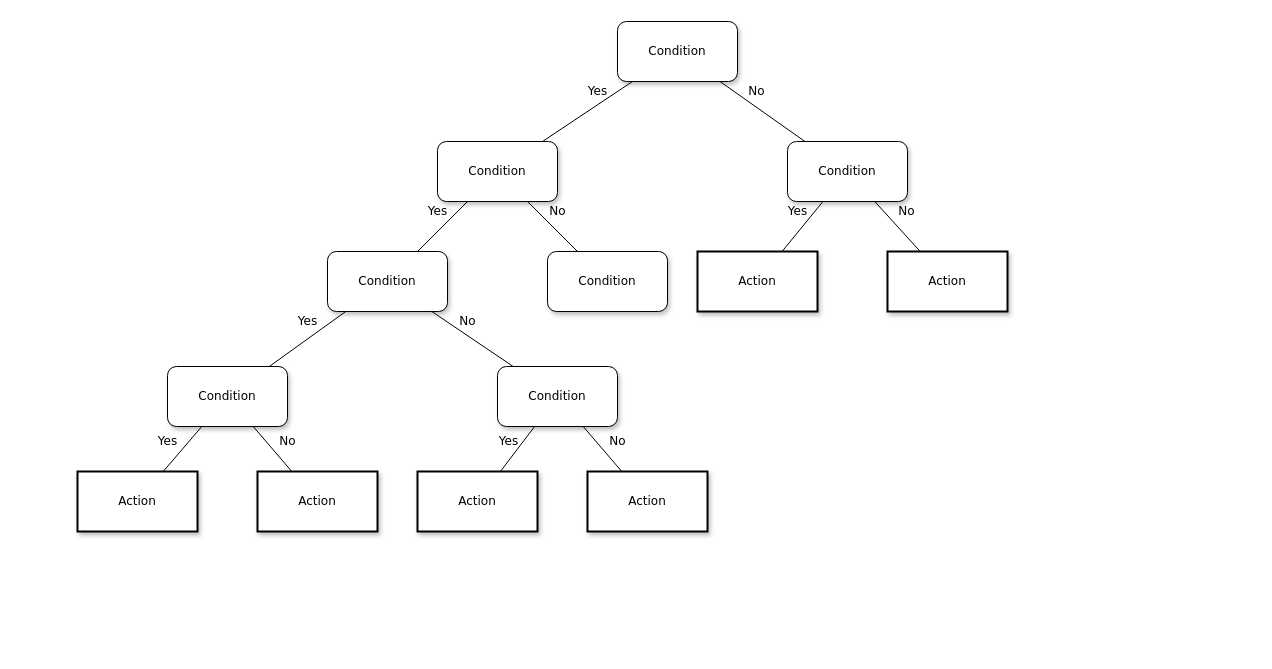
This is Untitled Diagram.drawio from karlvin/Docs, a draw.io file, before an edit. Source tidied: cells renumbered, new cells numbered last; positions are measured from the earlier drawing's top-left corner, leaving out a move shared by most shapes. Both pictures are drawn from the tidied source at 100%, with x=0, y=0 at pixel (77, 21).
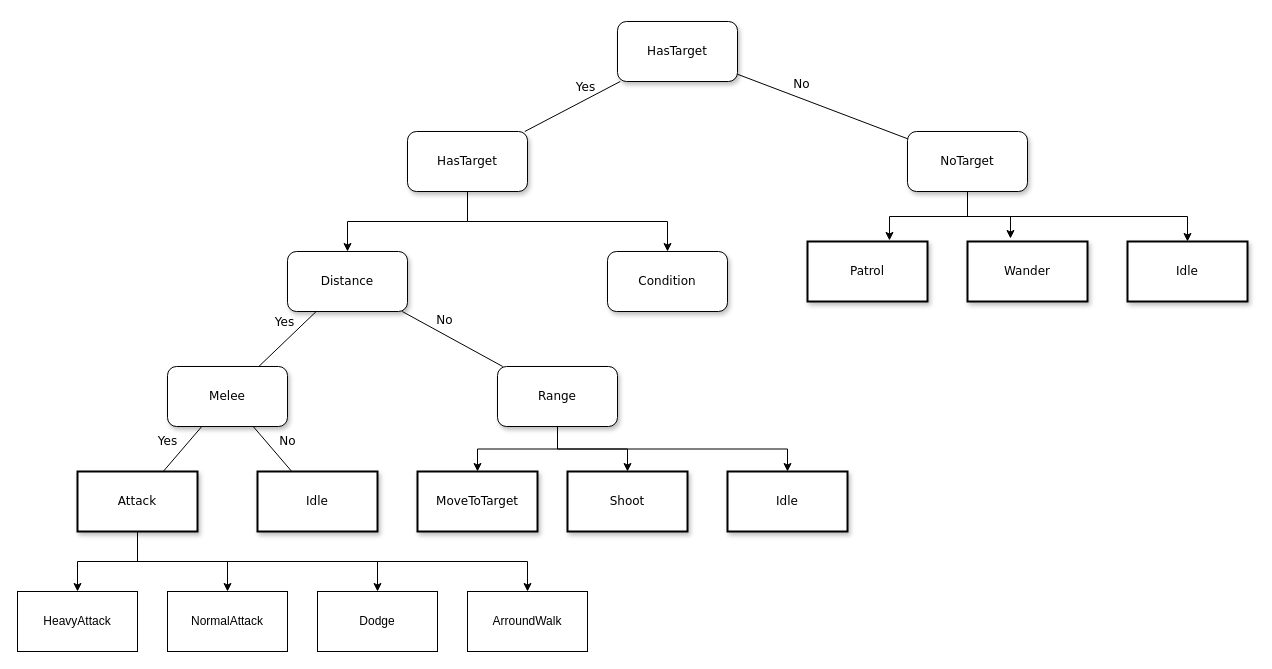
The same page after the edit.

Diff of the diagram source:
```diff
@@
-    <mxCell id="2" value="Condition" style="whiteSpace=wrap;html=1;rounded=1;shadow=1;labelBackgroundColor=none;strokeWidth=1;fontFamily=Verdana;fontSize=12;align=center;" parent="1" vertex="1">
+    <mxCell id="2" value="HasTarget" style="whiteSpace=wrap;html=1;rounded=1;shadow=1;labelBackgroundColor=none;strokeWidth=1;fontFamily=Verdana;fontSize=12;align=center;" parent="1" vertex="1">
       <mxGeometry x="540" width="120" height="60" as="geometry" />
     </mxCell>
+    <mxCell id="13" style="edgeStyle=orthogonalEdgeStyle;rounded=0;jettySize=auto;html=1;exitX=0.5;exitY=1;exitDx=0;exitDy=0;entryX=0.5;entryY=0;entryDx=0;entryDy=0;" parent="1" edge="1" source="3" target="7">
+      <mxGeometry relative="1" as="geometry" />
+    </mxCell>
+    <mxCell id="14" style="edgeStyle=orthogonalEdgeStyle;rounded=0;jettySize=auto;html=1;exitX=0.5;exitY=1;exitDx=0;exitDy=0;entryX=0.5;entryY=0;entryDx=0;entryDy=0;" parent="1" edge="1" source="3" target="8">
+      <mxGeometry relative="1" as="geometry" />
+    </mxCell>
-    <mxCell id="3" value="&lt;span&gt;Condition&lt;/span&gt;" style="whiteSpace=wrap;html=1;rounded=1;shadow=1;labelBackgroundColor=none;strokeWidth=1;fontFamily=Verdana;fontSize=12;align=center;" parent="1" vertex="1">
-      <mxGeometry x="360" y="120" width="120" height="60" as="geometry" />
+    <mxCell id="3" value="&lt;span&gt;HasTarget&lt;/span&gt;" style="whiteSpace=wrap;html=1;rounded=1;shadow=1;labelBackgroundColor=none;strokeWidth=1;fontFamily=Verdana;fontSize=12;align=center;" parent="1" vertex="1">
+      <mxGeometry x="330" y="110" width="120" height="60" as="geometry" />
     </mxCell>
+    <mxCell id="15" style="edgeStyle=orthogonalEdgeStyle;rounded=0;jettySize=auto;html=1;exitX=0.5;exitY=1;exitDx=0;exitDy=0;entryX=0.683;entryY=-0.017;entryDx=0;entryDy=0;entryPerimeter=0;" parent="1" edge="1" source="4" target="9">
+      <mxGeometry relative="1" as="geometry" />
+    </mxCell>
+    <mxCell id="16" style="edgeStyle=orthogonalEdgeStyle;rounded=0;jettySize=auto;html=1;exitX=0.5;exitY=1;exitDx=0;exitDy=0;entryX=0.358;entryY=-0.05;entryDx=0;entryDy=0;entryPerimeter=0;" parent="1" edge="1" source="4" target="10">
+      <mxGeometry relative="1" as="geometry" />
+    </mxCell>
+    <mxCell id="27" style="edgeStyle=orthogonalEdgeStyle;rounded=0;jettySize=auto;html=1;exitX=0.5;exitY=1;exitDx=0;exitDy=0;" parent="1" edge="1" source="4" target="33">
+      <mxGeometry relative="1" as="geometry" />
+    </mxCell>
-    <mxCell id="4" value="&lt;span&gt;Condition&lt;/span&gt;" style="whiteSpace=wrap;html=1;rounded=1;shadow=1;labelBackgroundColor=none;strokeWidth=1;fontFamily=Verdana;fontSize=12;align=center;" parent="1" vertex="1">
-      <mxGeometry x="710" y="120" width="120" height="60" as="geometry" />
+    <mxCell id="4" value="&lt;span&gt;NoTarget&lt;/span&gt;" style="whiteSpace=wrap;html=1;rounded=1;shadow=1;labelBackgroundColor=none;strokeWidth=1;fontFamily=Verdana;fontSize=12;align=center;" parent="1" vertex="1">
+      <mxGeometry x="830" y="110" width="120" height="60" as="geometry" />
     </mxCell>
@@
-    <mxCell id="7" value="&lt;span&gt;Condition&lt;/span&gt;" style="whiteSpace=wrap;html=1;rounded=1;shadow=1;labelBackgroundColor=none;strokeWidth=1;fontFamily=Verdana;fontSize=12;align=center;" parent="1" vertex="1">
-      <mxGeometry x="250" y="230" width="120" height="60" as="geometry" />
+    <mxCell id="7" value="&lt;span&gt;Distance&lt;br&gt;&lt;/span&gt;" style="whiteSpace=wrap;html=1;rounded=1;shadow=1;labelBackgroundColor=none;strokeWidth=1;fontFamily=Verdana;fontSize=12;align=center;" parent="1" vertex="1">
+      <mxGeometry x="210" y="230" width="120" height="60" as="geometry" />
     </mxCell>
     <mxCell id="8" value="&lt;span&gt;Condition&lt;/span&gt;" style="whiteSpace=wrap;html=1;rounded=1;shadow=1;labelBackgroundColor=none;strokeWidth=1;fontFamily=Verdana;fontSize=12;align=center;" parent="1" vertex="1">
-      <mxGeometry x="470" y="230" width="120" height="60" as="geometry" />
+      <mxGeometry x="530" y="230" width="120" height="60" as="geometry" />
     </mxCell>
-    <mxCell id="9" value="&lt;span&gt;Action&lt;/span&gt;" style="whiteSpace=wrap;html=1;rounded=0;shadow=1;labelBackgroundColor=none;strokeWidth=2;fontFamily=Verdana;fontSize=12;align=center;" parent="1" vertex="1">
-      <mxGeometry x="620" y="230" width="120" height="60" as="geometry" />
+    <mxCell id="9" value="&lt;span&gt;Patrol&lt;/span&gt;" style="whiteSpace=wrap;html=1;rounded=0;shadow=1;labelBackgroundColor=none;strokeWidth=2;fontFamily=Verdana;fontSize=12;align=center;" parent="1" vertex="1">
+      <mxGeometry x="730" y="220" width="120" height="60" as="geometry" />
     </mxCell>
-    <mxCell id="10" value="&lt;span&gt;Action&lt;/span&gt;" style="whiteSpace=wrap;html=1;rounded=0;shadow=1;labelBackgroundColor=none;strokeWidth=2;fontFamily=Verdana;fontSize=12;align=center;" parent="1" vertex="1">
-      <mxGeometry x="810" y="230" width="120" height="60" as="geometry" />
+    <mxCell id="10" value="&lt;span&gt;Wander&lt;br&gt;&lt;/span&gt;" style="whiteSpace=wrap;html=1;rounded=0;shadow=1;labelBackgroundColor=none;strokeWidth=2;fontFamily=Verdana;fontSize=12;align=center;" parent="1" vertex="1">
+      <mxGeometry x="890" y="220" width="120" height="60" as="geometry" />
     </mxCell>
-    <mxCell id="11" value="&lt;span&gt;Condition&lt;/span&gt;" style="whiteSpace=wrap;html=1;rounded=1;shadow=1;labelBackgroundColor=none;strokeWidth=1;fontFamily=Verdana;fontSize=12;align=center;" parent="1" vertex="1">
+    <mxCell id="11" value="&lt;span&gt;Melee&lt;/span&gt;" style="whiteSpace=wrap;html=1;rounded=1;shadow=1;labelBackgroundColor=none;strokeWidth=1;fontFamily=Verdana;fontSize=12;align=center;" parent="1" vertex="1">
       <mxGeometry x="90" y="345" width="120" height="60" as="geometry" />
     </mxCell>
+    <mxCell id="25" style="edgeStyle=orthogonalEdgeStyle;rounded=0;jettySize=auto;html=1;exitX=0.5;exitY=1;exitDx=0;exitDy=0;entryX=0.5;entryY=0;entryDx=0;entryDy=0;" parent="1" edge="1" source="12" target="21">
+      <mxGeometry relative="1" as="geometry" />
+    </mxCell>
+    <mxCell id="26" style="edgeStyle=orthogonalEdgeStyle;rounded=0;jettySize=auto;html=1;exitX=0.5;exitY=1;exitDx=0;exitDy=0;entryX=0.5;entryY=0;entryDx=0;entryDy=0;" parent="1" edge="1" source="12" target="22">
+      <mxGeometry relative="1" as="geometry" />
+    </mxCell>
+    <mxCell id="28" style="edgeStyle=orthogonalEdgeStyle;rounded=0;jettySize=auto;html=1;exitX=0.5;exitY=1;exitDx=0;exitDy=0;" parent="1" edge="1" source="12" target="34">
+      <mxGeometry relative="1" as="geometry" />
+    </mxCell>
-    <mxCell id="12" value="&lt;span&gt;Condition&lt;/span&gt;" style="whiteSpace=wrap;html=1;rounded=1;shadow=1;labelBackgroundColor=none;strokeWidth=1;fontFamily=Verdana;fontSize=12;align=center;" parent="1" vertex="1">
+    <mxCell id="12" value="&lt;span&gt;Range&lt;br&gt;&lt;/span&gt;" style="whiteSpace=wrap;html=1;rounded=1;shadow=1;labelBackgroundColor=none;strokeWidth=1;fontFamily=Verdana;fontSize=12;align=center;" parent="1" vertex="1">
       <mxGeometry x="420" y="345" width="120" height="60" as="geometry" />
     </mxCell>
-    <mxCell id="13" value="Yes" style="rounded=0;html=1;labelBackgroundColor=none;startArrow=none;startFill=0;startSize=5;endArrow=none;endFill=0;endSize=5;jettySize=auto;strokeWidth=1;fontFamily=Verdana;fontSize=12;" parent="1" edge="1" source="3" target="7">
-      <mxGeometry x="-0.2" y="-14" relative="1" as="geometry" />
-    </mxCell>
-    <mxCell id="14" value="No" style="rounded=0;html=1;labelBackgroundColor=none;startArrow=none;startFill=0;startSize=5;endArrow=none;endFill=0;endSize=5;jettySize=auto;strokeWidth=1;fontFamily=Verdana;fontSize=12;" parent="1" edge="1" source="3" target="8">
-      <mxGeometry x="-0.2" y="14" relative="1" as="geometry" />
-    </mxCell>
-    <mxCell id="15" value="Yes" style="rounded=0;html=1;labelBackgroundColor=none;startArrow=none;startFill=0;startSize=5;endArrow=none;endFill=0;endSize=5;jettySize=auto;strokeWidth=1;fontFamily=Verdana;fontSize=12;" parent="1" edge="1" source="4" target="9">
-      <mxGeometry x="-0.26" y="-13" relative="1" as="geometry" />
-    </mxCell>
-    <mxCell id="16" value="No" style="rounded=0;html=1;labelBackgroundColor=none;startArrow=none;startFill=0;startSize=5;endArrow=none;endFill=0;endSize=5;jettySize=auto;strokeWidth=1;fontFamily=Verdana;fontSize=12;" parent="1" edge="1" source="4" target="10">
-      <mxGeometry x="-0.13" y="17" relative="1" as="geometry" />
-    </mxCell>
@@
+    <mxCell id="29" style="edgeStyle=orthogonalEdgeStyle;rounded=0;jettySize=auto;html=1;exitX=0.5;exitY=1;exitDx=0;exitDy=0;entryX=0.5;entryY=0;entryDx=0;entryDy=0;" parent="1" edge="1" source="19" target="35">
+      <mxGeometry relative="1" as="geometry" />
+    </mxCell>
+    <mxCell id="30" style="edgeStyle=orthogonalEdgeStyle;rounded=0;jettySize=auto;html=1;exitX=0.5;exitY=1;exitDx=0;exitDy=0;entryX=0.5;entryY=0;entryDx=0;entryDy=0;" parent="1" edge="1" source="19" target="36">
+      <mxGeometry relative="1" as="geometry" />
+    </mxCell>
+    <mxCell id="31" style="edgeStyle=orthogonalEdgeStyle;rounded=0;jettySize=auto;html=1;exitX=0.5;exitY=1;exitDx=0;exitDy=0;entryX=0.5;entryY=0;entryDx=0;entryDy=0;" parent="1" edge="1" source="19" target="37">
+      <mxGeometry relative="1" as="geometry" />
+    </mxCell>
+    <mxCell id="32" style="edgeStyle=orthogonalEdgeStyle;rounded=0;jettySize=auto;html=1;exitX=0.5;exitY=1;exitDx=0;exitDy=0;entryX=0.5;entryY=0;entryDx=0;entryDy=0;" parent="1" edge="1" source="19" target="38">
+      <mxGeometry relative="1" as="geometry" />
+    </mxCell>
-    <mxCell id="19" value="Action" style="whiteSpace=wrap;html=1;rounded=0;shadow=1;labelBackgroundColor=none;strokeWidth=2;fontFamily=Verdana;fontSize=12;align=center;" parent="1" vertex="1">
+    <mxCell id="19" value="Attack" style="whiteSpace=wrap;html=1;rounded=0;shadow=1;labelBackgroundColor=none;strokeWidth=2;fontFamily=Verdana;fontSize=12;align=center;" parent="1" vertex="1">
       <mxGeometry y="450" width="120" height="60" as="geometry" />
     </mxCell>
-    <mxCell id="20" value="&lt;span&gt;Action&lt;/span&gt;" style="whiteSpace=wrap;html=1;rounded=0;shadow=1;labelBackgroundColor=none;strokeWidth=2;fontFamily=Verdana;fontSize=12;align=center;" parent="1" vertex="1">
+    <mxCell id="20" value="Idle" style="whiteSpace=wrap;html=1;rounded=0;shadow=1;labelBackgroundColor=none;strokeWidth=2;fontFamily=Verdana;fontSize=12;align=center;" parent="1" vertex="1">
       <mxGeometry x="180" y="450" width="120" height="60" as="geometry" />
     </mxCell>
-    <mxCell id="21" value="&lt;span&gt;Action&lt;/span&gt;" style="whiteSpace=wrap;html=1;rounded=0;shadow=1;labelBackgroundColor=none;strokeWidth=2;fontFamily=Verdana;fontSize=12;align=center;" parent="1" vertex="1">
+    <mxCell id="21" value="&lt;span&gt;MoveToTarget&lt;/span&gt;" style="whiteSpace=wrap;html=1;rounded=0;shadow=1;labelBackgroundColor=none;strokeWidth=2;fontFamily=Verdana;fontSize=12;align=center;" parent="1" vertex="1">
       <mxGeometry x="340" y="450" width="120" height="60" as="geometry" />
     </mxCell>
-    <mxCell id="22" value="&lt;span&gt;Action&lt;/span&gt;" style="whiteSpace=wrap;html=1;rounded=0;shadow=1;labelBackgroundColor=none;strokeWidth=2;fontFamily=Verdana;fontSize=12;align=center;" parent="1" vertex="1">
-      <mxGeometry x="510" y="450" width="120" height="60" as="geometry" />
+    <mxCell id="22" value="&lt;span&gt;Shoot&lt;br&gt;&lt;/span&gt;" style="whiteSpace=wrap;html=1;rounded=0;shadow=1;labelBackgroundColor=none;strokeWidth=2;fontFamily=Verdana;fontSize=12;align=center;" parent="1" vertex="1">
+      <mxGeometry x="490" y="450" width="120" height="60" as="geometry" />
     </mxCell>
@@
-    <mxCell id="25" value="Yes" style="rounded=0;html=1;labelBackgroundColor=none;startArrow=none;startFill=0;startSize=5;endArrow=none;endFill=0;endSize=5;jettySize=auto;strokeWidth=1;fontFamily=Verdana;fontSize=12;" parent="1" edge="1" source="12" target="21">
-      <mxGeometry y="-12" relative="1" as="geometry" />
-    </mxCell>
-    <mxCell id="26" value="No" style="rounded=0;html=1;labelBackgroundColor=none;startArrow=none;startFill=0;startSize=5;endArrow=none;endFill=0;endSize=5;jettySize=auto;strokeWidth=1;fontFamily=Verdana;fontSize=12;" parent="1" edge="1" source="12" target="22">
-      <mxGeometry x="0.14" y="16" relative="1" as="geometry" />
-    </mxCell>
+    <mxCell id="33" value="&lt;span&gt;Idle&lt;br&gt;&lt;/span&gt;" style="whiteSpace=wrap;html=1;rounded=0;shadow=1;labelBackgroundColor=none;strokeWidth=2;fontFamily=Verdana;fontSize=12;align=center;" parent="1" vertex="1">
+      <mxGeometry x="1050" y="220" width="120" height="60" as="geometry" />
+    </mxCell>
+    <mxCell id="34" value="&lt;span&gt;Idle&lt;br&gt;&lt;/span&gt;" style="whiteSpace=wrap;html=1;rounded=0;shadow=1;labelBackgroundColor=none;strokeWidth=2;fontFamily=Verdana;fontSize=12;align=center;" parent="1" vertex="1">
+      <mxGeometry x="650" y="450" width="120" height="60" as="geometry" />
+    </mxCell>
+    <mxCell id="35" value="HeavyAttack" style="rounded=0;whiteSpace=wrap;html=1;" parent="1" vertex="1">
+      <mxGeometry x="-60" y="570" width="120" height="60" as="geometry" />
+    </mxCell>
+    <mxCell id="36" value="NormalAttack" style="rounded=0;whiteSpace=wrap;html=1;" parent="1" vertex="1">
+      <mxGeometry x="90" y="570" width="120" height="60" as="geometry" />
+    </mxCell>
+    <mxCell id="37" value="Dodge" style="rounded=0;whiteSpace=wrap;html=1;" parent="1" vertex="1">
+      <mxGeometry x="240" y="570" width="120" height="60" as="geometry" />
+    </mxCell>
+    <mxCell id="38" value="ArroundWalk" style="rounded=0;whiteSpace=wrap;html=1;" parent="1" vertex="1">
+      <mxGeometry x="390" y="570" width="120" height="60" as="geometry" />
+    </mxCell>
```
